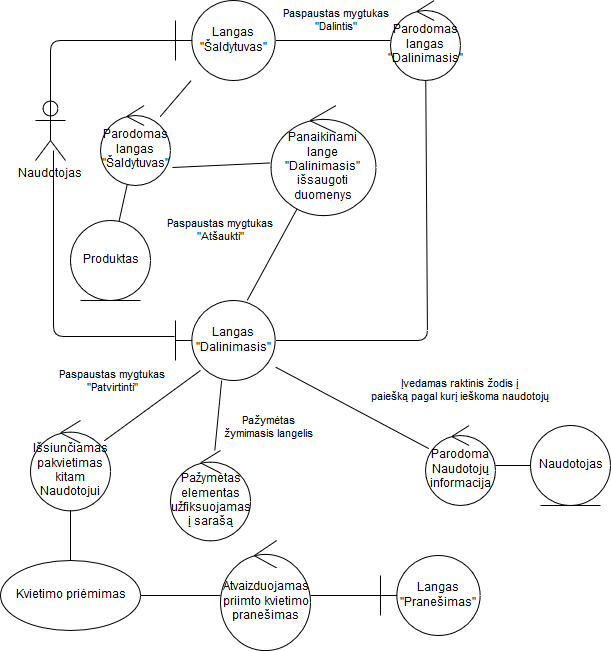
This is Nuotraukos/RD-šaldytuvo-dalinimasis.png from Tristanas/PSI2-Food-Bee-Inc, a draw.io export, as it was before one commit. Source tidied: cells renumbered, new cells last; positions are measured from the earlier drawing's top-left corner, leaving out a move shared by most shapes.
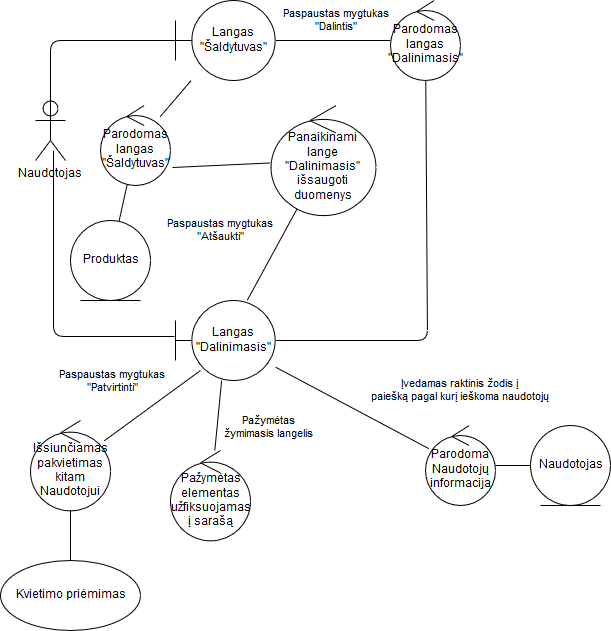
Later version of the same file.

Diff of the diagram source:
```diff
@@ -75,18 +75,6 @@
     <mxCell id="21" style="endArrow=none;html=1;" parent="1" edge="1" source="19" target="20">
       <mxGeometry relative="1" as="geometry" />
     </mxCell>
-    <mxCell id="22" value="Atvaizduojamas priimto kvietimo pranešimas" style="ellipse;shape=umlControl;whiteSpace=wrap;html=1;" parent="1" vertex="1">
-      <mxGeometry x="220" y="540" width="90" height="110" as="geometry" />
-    </mxCell>
-    <mxCell id="23" style="endArrow=none;html=1;" parent="1" edge="1" source="20" target="22">
-      <mxGeometry relative="1" as="geometry" />
-    </mxCell>
-    <mxCell id="24" value="Langas &quot;Pranešimas&quot;" style="shape=umlBoundary;whiteSpace=wrap;html=1;" parent="1" vertex="1">
-      <mxGeometry x="380" y="555" width="100" height="80" as="geometry" />
-    </mxCell>
-    <mxCell id="25" style="endArrow=none;html=1;" parent="1" edge="1" source="22" target="24">
-      <mxGeometry relative="1" as="geometry" />
-    </mxCell>
     <mxCell id="26" value="&lt;div&gt;Paspaustas mygtukas&lt;/div&gt;&lt;div&gt; &quot;Atšaukti&quot;&lt;/div&gt;" style="endArrow=none;html=1;" parent="1" edge="1" source="27" target="9">
       <mxGeometry x="0.07" y="-57" relative="1" as="geometry" />
     </mxCell>
```
